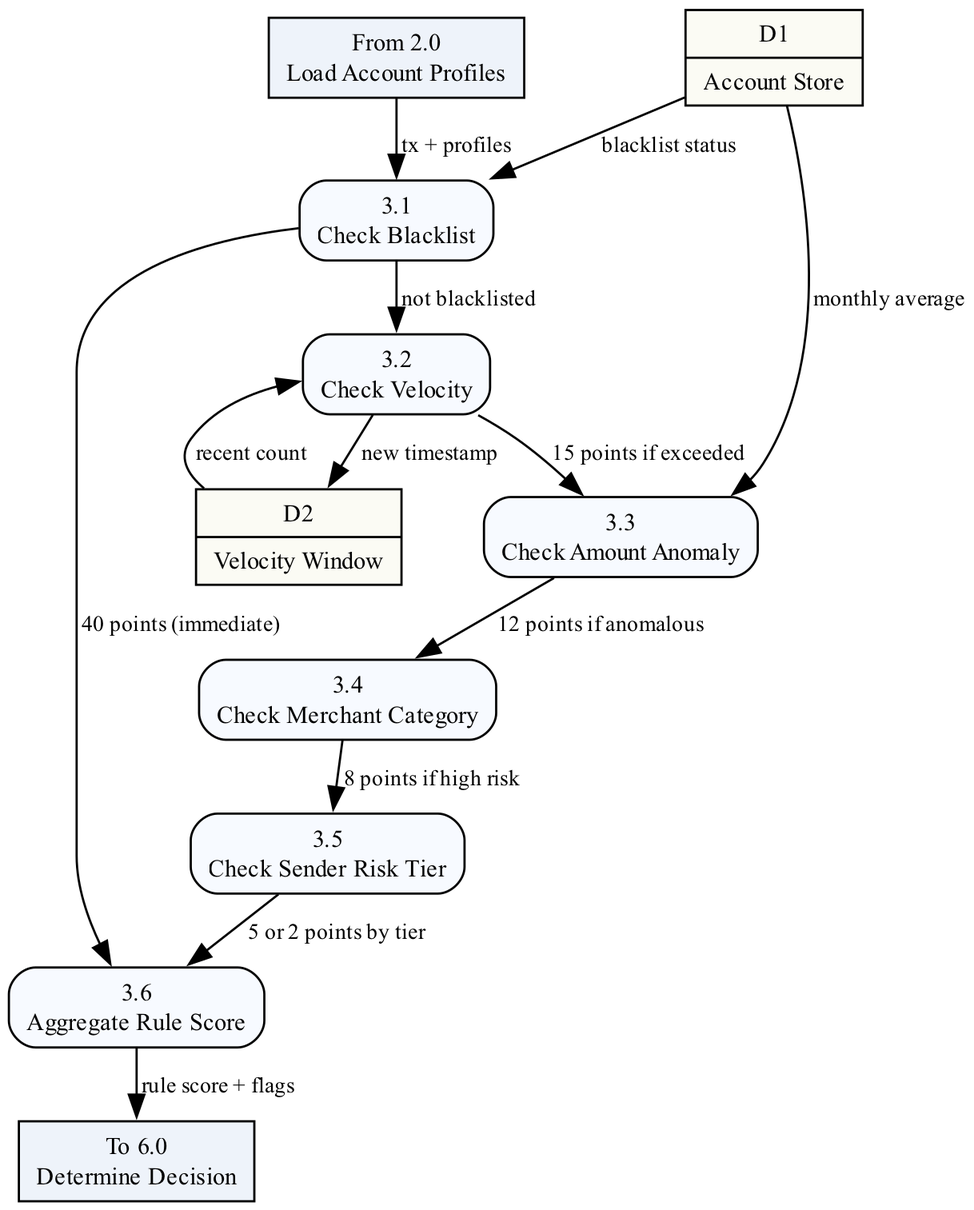
OMJOSHI15/indus11 keeps this Graphviz diagram as docs/diagrams/12-dfd2.png. Above is the earlier version. Its source is kept beside it as docs/diagrams/12-dfd2.dot.
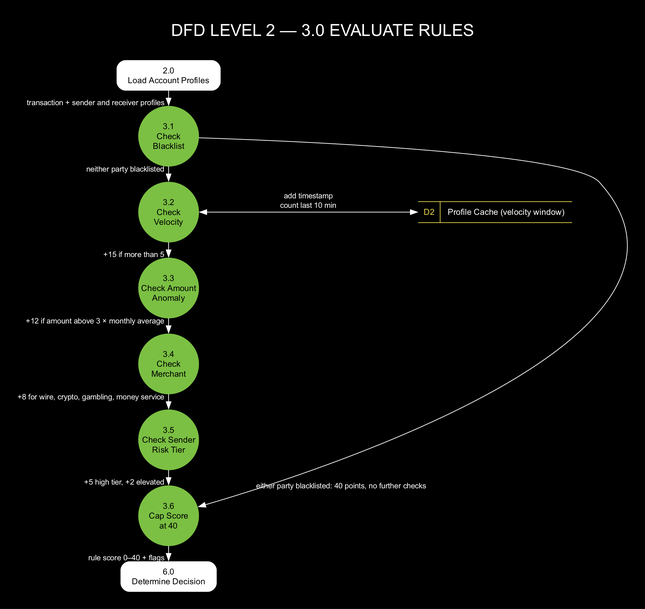
Later version of the same file.

The edit, as a diff of the source:
```diff
@@ -1,32 +1,38 @@
 digraph DFD2 {
-  graph [rankdir=TB, fontname="Times-Roman", fontsize=14,
-         nodesep=0.45, ranksep=0.3];
-  node  [fontname="Times-Roman", fontsize=11];
-  edge  [fontname="Times-Roman", fontsize=10];
+  graph [rankdir=TB, bgcolor="black", pad=0.35, dpi=200, nodesep=1.1, ranksep=0.3,
+         forcelabels=true, fontname="Arial", fontsize=24, fontcolor="white", labelloc=t,
+         label="DFD LEVEL 2 — 3.0 EVALUATE RULES\n "];
+  node  [fontname="Arial", fontsize=12];
+  edge  [fontname="Arial", fontsize=11, color="white", fontcolor="white"];
 
-  IN  [shape=box, style=filled, fillcolor="#EEF3FA", label="From 2.0\nLoad Account Profiles"];
-  OUT [shape=box, style=filled, fillcolor="#EEF3FA", label="To 6.0\nDetermine Decision"];
+  IN  [shape=box, style="rounded,filled", fillcolor="white", color="white", fontcolor="black",
+       margin="0.22,0.1", label="2.0\nLoad Account Profiles"];
+  OUT [shape=box, style="rounded,filled", fillcolor="white", color="white", fontcolor="black",
+       margin="0.22,0.1", label="6.0\nDetermine Decision"];
 
-  P31 [shape=box, style="rounded,filled", fillcolor="#F7FAFF", label="3.1\nCheck Blacklist"];
-  P32 [shape=box, style="rounded,filled", fillcolor="#F7FAFF", label="3.2\nCheck Velocity"];
-  P33 [shape=box, style="rounded,filled", fillcolor="#F7FAFF", label="3.3\nCheck Amount Anomaly"];
-  P34 [shape=box, style="rounded,filled", fillcolor="#F7FAFF", label="3.4\nCheck Merchant Category"];
-  P35 [shape=box, style="rounded,filled", fillcolor="#F7FAFF", label="3.5\nCheck Sender Risk Tier"];
-  P36 [shape=box, style="rounded,filled", fillcolor="#F7FAFF", label="3.6\nAggregate Rule Score"];
+  node [shape=circle, fixedsize=true, width=1.2, style=filled, fillcolor="#7BC043",
+        color="#7BC043", fontcolor="black", fontsize=12];
+  P31 [label="3.1\nCheck\nBlacklist"];
+  P32 [label="3.2\nCheck\nVelocity"];
+  P33 [label="3.3\nCheck Amount\nAnomaly"];
+  P34 [label="3.4\nCheck\nMerchant"];
+  P35 [label="3.5\nCheck Sender\nRisk Tier"];
+  P36 [label="3.6\nCap Score\nat 40"];
 
-  D1 [shape=record, style=filled, fillcolor="#FBFBF4", label="{D1|Account Store}"];
-  D2 [shape=record, style=filled, fillcolor="#FBFBF4", label="{D2|Velocity Window}"];
+  D2 [shape=none, margin=0, fixedsize=false, width=0, height=0, style="", fillcolor="black", fontcolor="white", fontsize=12, label=<
+    <table border="0" cellborder="1" cellspacing="0" cellpadding="7" color="#E3D34A">
+      <tr><td sides="TBR"><font color="#E3D34A">D2</font></td>
+          <td sides="TB"> Profile Cache (velocity window) </td></tr>
+    </table>>];
+  { rank=same; P32; D2; }
 
-  IN -> P31 [label=" tx + profiles"];
-  D1 -> P31 [label=" blacklist status"];
-  P31 -> P36 [label=" 40 points (immediate)"];
-  P31 -> P32 [label=" not blacklisted"];
-  D2 -> P32 [label=" recent count"];
-  P32 -> D2 [label=" new timestamp"];
-  P32 -> P33 [label=" 15 points if exceeded"];
-  D1 -> P33 [label=" monthly average"];
-  P33 -> P34 [label=" 12 points if anomalous"];
-  P34 -> P35 [label=" 8 points if high risk"];
-  P35 -> P36 [label=" 5 or 2 points by tier"];
-  P36 -> OUT [label=" rule score + flags"];
+  IN  -> P31 [xlabel="transaction + sender and receiver profiles  "];
+  P31 -> P32 [xlabel="neither party blacklisted  "];
+  P32 -> D2  [dir=both, arrowtail=normal, minlen=2, label="  add timestamp  \n  count last 10 min  "];
+  P32 -> P33 [xlabel="+15 if more than 5  "];
+  P33 -> P34 [xlabel="+12 if amount above 3 × monthly average  "];
+  P34 -> P35 [xlabel="+8 for wire, crypto, gambling, money service  "];
+  P35 -> P36 [xlabel="+5 high tier, +2 elevated  "];
+  P31 -> P36 [xlabel="  either party blacklisted: 40 points, no further checks", constraint=false];
+  P36 -> OUT [xlabel="rule score 0–40 + flags  "];
 }
```
